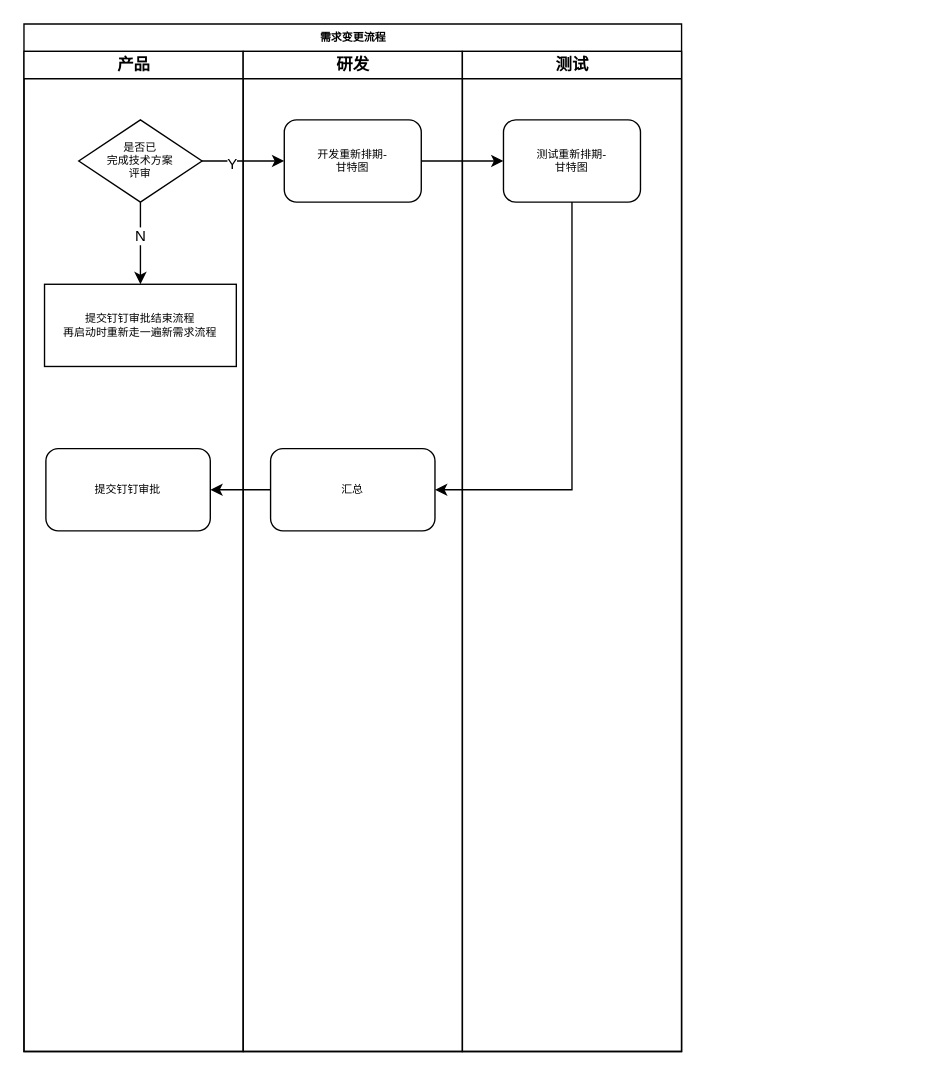
a444878151/draw keeps this draw.io diagram as 研发变更流程.drawio. Above is the earlier version. Source tidied: cells renumbered, new cells numbered last; positions are measured from the earlier drawing's top-left corner, leaving out a move shared by most shapes. Both pictures are drawn from the tidied source at 137%, with x=0, y=0 at pixel (23, 23).
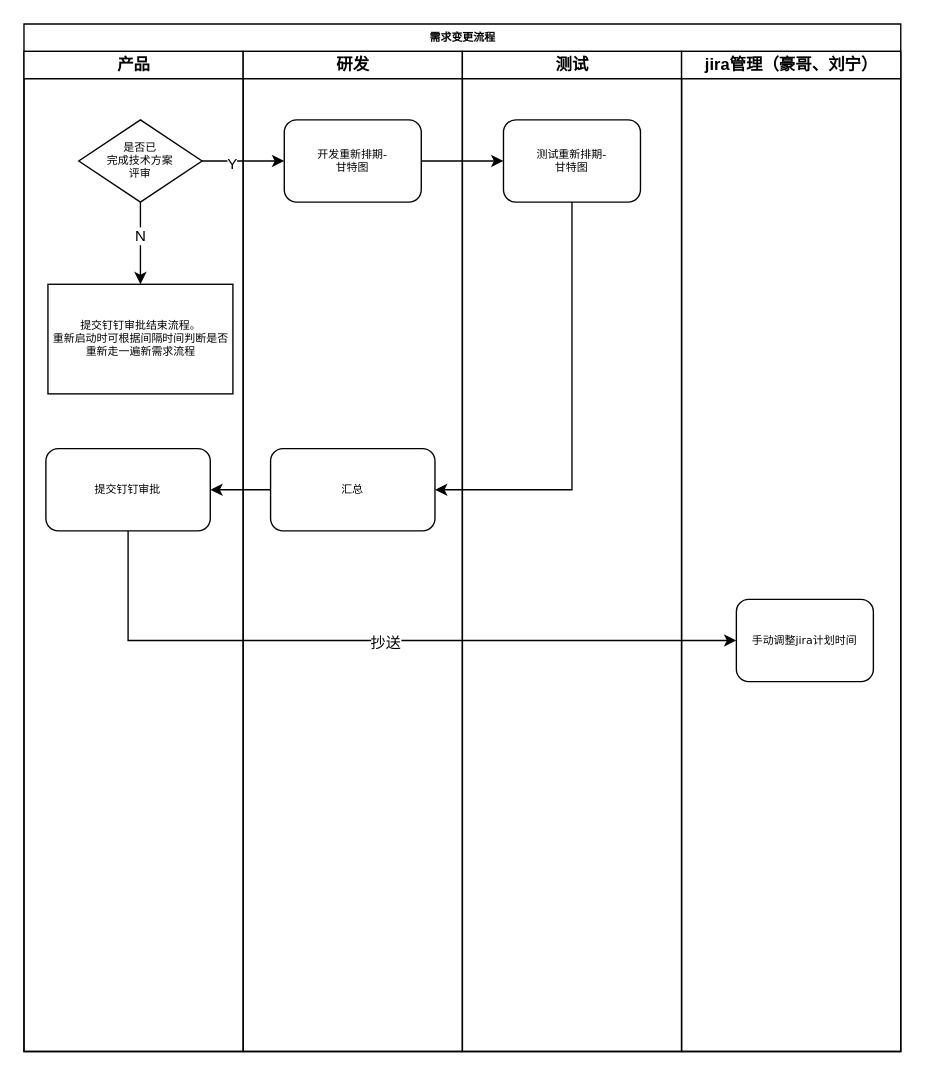
Above is the later version.

Commit message (it also covers changes not shown here):
更新研发变更流程.drawio

The change refers to these unchanged cells:
```xml
<mxCell id="3" value="产品" style="swimlane;html=1;startSize=20;" parent="2" vertex="1">
  <mxGeometry y="20" width="160" height="730" as="geometry" />
</mxCell>
<mxCell id="8" value="提交钉钉审批" style="whiteSpace=wrap;html=1;fontSize=8;fontFamily=Verdana;rounded=1;shadow=0;labelBackgroundColor=none;strokeWidth=1;" parent="3" vertex="1">
  <mxGeometry x="16" y="290" width="120" height="60" as="geometry" />
</mxCell>
```

What changed in the source:
```diff
@@
     <mxCell id="2" value="需求变更流程" style="swimlane;html=1;startSize=20;rounded=0;shadow=0;labelBackgroundColor=none;strokeWidth=1;fontFamily=Verdana;fontSize=8;align=center;" parent="1" vertex="1">
-      <mxGeometry width="480" height="750" as="geometry" />
+      <mxGeometry width="640" height="750" as="geometry" />
     </mxCell>
@@
-    <mxCell id="7" value="提交钉钉审批结束流程&lt;br&gt;再启动时重新走一遍新需求流程" style="whiteSpace=wrap;html=1;fontSize=8;fontFamily=Verdana;rounded=0;shadow=0;labelBackgroundColor=none;strokeWidth=1;" parent="3" vertex="1">
-      <mxGeometry x="15" y="170" width="140" height="60" as="geometry" />
+    <mxCell id="7" value="提交钉钉审批结束流程。&lt;br&gt;重新启动时可根据间隔时间判断是否重新走一遍新需求流程" style="whiteSpace=wrap;html=1;fontSize=8;fontFamily=Verdana;rounded=0;shadow=0;labelBackgroundColor=none;strokeWidth=1;" parent="3" vertex="1">
+      <mxGeometry x="17.5" y="170" width="135" height="80" as="geometry" />
     </mxCell>
@@
+    <mxCell id="19" value="jira管理（豪哥、刘宁）" style="swimlane;html=1;startSize=20;" parent="2" vertex="1">
+      <mxGeometry x="480" y="20" width="160" height="730" as="geometry" />
+    </mxCell>
+    <mxCell id="20" value="手动调整jira计划时间" style="rounded=1;whiteSpace=wrap;html=1;shadow=0;labelBackgroundColor=none;strokeWidth=1;fontFamily=Verdana;fontSize=8;align=center;" parent="19" vertex="1">
+      <mxGeometry x="40" y="400" width="100" height="60" as="geometry" />
+    </mxCell>
@@
+    <mxCell id="21" style="edgeStyle=orthogonalEdgeStyle;rounded=0;jettySize=auto;html=1;exitX=0.5;exitY=1;exitDx=0;exitDy=0;entryX=0;entryY=0.5;entryDx=0;entryDy=0;" parent="2" edge="1" source="8" target="20">
+      <mxGeometry relative="1" as="geometry" />
+    </mxCell>
+    <mxCell id="22" value="抄送" style="edgeLabel;html=1;align=center;verticalAlign=middle;" parent="21" vertex="1">
+      <mxGeometry x="0.02" y="-1" relative="1" as="geometry" />
+    </mxCell>
```
